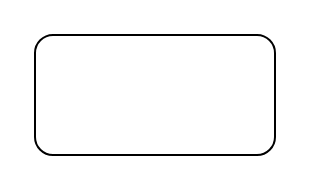
Earlier version of the draw.io diagram imgs/未命名绘图.drawio (rexocean/test-init). Source tidied: cells renumbered, new cells numbered last; positions are measured from the earlier drawing's top-left corner, leaving out a move shared by most shapes. Both pictures are drawn from the tidied source at 200%, with x=0, y=0 at pixel (34, 34).
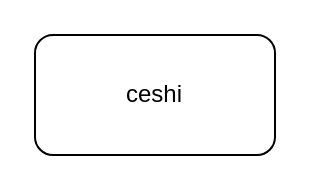
The same page after the edit.

Commit message (it also covers changes not shown here):
更新未命名绘图.drawio

The edit, as a diff of the source:
```diff
@@
 <mxGraphModel>
   <root>
     <mxCell id="0" />
     <mxCell id="1" parent="0" />
-    <mxCell id="2" style="rounded=1;whiteSpace=wrap;html=1;" parent="1" vertex="1">
+    <mxCell id="2" value="ceshi" style="rounded=1;whiteSpace=wrap;html=1;" parent="1" vertex="1">
       <mxGeometry width="120" height="60" as="geometry" />
     </mxCell>
   </root>
 </mxGraphModel>
```
